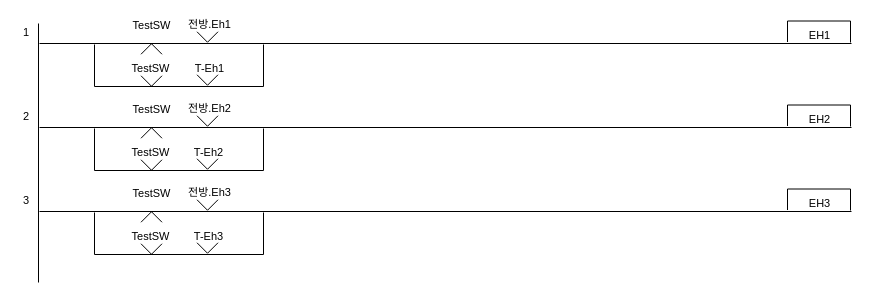
Above: page "통신제어(수신)" (5 of 6) of Signal/33Display-Signal-Control-Logic.drawio in chillin2/MyDraw.io (draw.io), before the change. Source tidied: cells renumbered, new cells numbered last; positions are measured from the earlier drawing's top-left corner, leaving out a move shared by most shapes. Both pictures are drawn from the tidied source at 100%, with x=0, y=0 at pixel (17, 17).
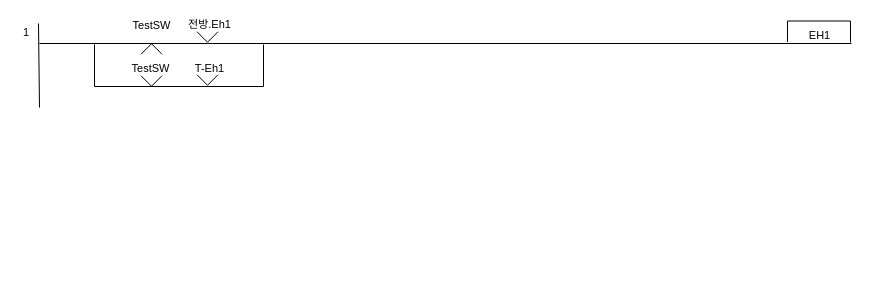
The same diagram, later.

The edit, as a diff of the source:
```diff
@@
     <mxCell id="2" style="endArrow=none;html=1;rounded=0;" parent="1" edge="1">
       <mxGeometry relative="1" as="geometry">
-        <mxPoint x="21" y="265" as="sourcePoint" />
+        <mxPoint x="22" y="90" as="sourcePoint" />
         <mxPoint x="21" y="6" as="targetPoint" />
       </mxGeometry>
     </mxCell>
@@
-    <mxCell id="16" style="endArrow=none;html=1;rounded=0;" parent="1" edge="1">
-      <mxGeometry relative="1" as="geometry">
-        <mxPoint x="22" y="110" as="sourcePoint" />
-        <mxPoint x="834" y="110" as="targetPoint" />
-      </mxGeometry>
-    </mxCell>
-    <mxCell id="17" value="TestSW" style="text;html=1;strokeColor=none;fillColor=none;align=center;verticalAlign=middle;whiteSpace=wrap;rounded=0;fontFamily=Helvetica;fontSize=11;fontColor=default;" parent="1" vertex="1">
-      <mxGeometry x="115" y="85" width="39" height="14" as="geometry" />
-    </mxCell>
-    <mxCell id="18" value="EH2" style="text;html=1;strokeColor=none;fillColor=none;align=center;verticalAlign=middle;whiteSpace=wrap;rounded=0;fontFamily=Helvetica;fontSize=11;fontColor=default;" parent="1" vertex="1">
-      <mxGeometry x="779" y="95" width="47" height="13" as="geometry" />
-    </mxCell>
-    <mxCell id="19" style="endArrow=none;html=1;rounded=0;" parent="1" edge="1">
-      <mxGeometry relative="1" as="geometry">
-        <mxPoint x="77" y="111" as="sourcePoint" />
-        <mxPoint x="246" y="111" as="targetPoint" />
-        <Array as="points">
-          <mxPoint x="77" y="153" />
-          <mxPoint x="246" y="153" />
-        </Array>
-      </mxGeometry>
-    </mxCell>
-    <mxCell id="20" style="endArrow=none;html=1;rounded=0;labelBackgroundColor=default;fontFamily=Helvetica;fontSize=11;fontColor=default;startSize=3;endSize=3;sourcePerimeterSpacing=0;strokeColor=default;shape=connector;jumpStyle=none;jumpSize=6;" parent="1" edge="1">
-      <mxGeometry relative="1" as="geometry">
-        <mxPoint x="770" y="108.5" as="sourcePoint" />
-        <mxPoint x="833" y="109" as="targetPoint" />
-        <Array as="points">
-          <mxPoint x="770" y="87.5" />
-          <mxPoint x="833" y="87.5" />
-        </Array>
-      </mxGeometry>
-    </mxCell>
-    <mxCell id="21" style="verticalLabelPosition=bottom;html=1;verticalAlign=top;align=center;shape=mxgraph.floorplan.windowBow;strokeWidth=1;fontSize=11;direction=west;" parent="1" vertex="1">
-      <mxGeometry x="123.5" y="110" width="21" height="11" as="geometry" />
-    </mxCell>
-    <mxCell id="22" style="verticalLabelPosition=bottom;html=1;verticalAlign=top;align=center;shape=mxgraph.floorplan.windowBow;strokeWidth=1;fontSize=11;" parent="1" vertex="1">
-      <mxGeometry x="123.5" y="142" width="21" height="11" as="geometry" />
-    </mxCell>
-    <mxCell id="23" value="2" style="text;html=1;strokeColor=none;fillColor=none;align=center;verticalAlign=middle;whiteSpace=wrap;rounded=0;fontFamily=Helvetica;fontSize=11;fontColor=default;" parent="1" vertex="1">
-      <mxGeometry y="91" width="18" height="16" as="geometry" />
-    </mxCell>
-    <mxCell id="24" value="전방.Eh2" style="text;html=1;strokeColor=none;fillColor=none;align=center;verticalAlign=middle;whiteSpace=wrap;rounded=0;fontFamily=Helvetica;fontSize=11;fontColor=default;" parent="1" vertex="1">
-      <mxGeometry x="168" y="84" width="49" height="14" as="geometry" />
-    </mxCell>
-    <mxCell id="25" style="verticalLabelPosition=bottom;html=1;verticalAlign=top;align=center;shape=mxgraph.floorplan.windowBow;strokeWidth=1;fontSize=11;" parent="1" vertex="1">
-      <mxGeometry x="179.5" y="98" width="21" height="11" as="geometry" />
-    </mxCell>
-    <mxCell id="26" style="verticalLabelPosition=bottom;html=1;verticalAlign=top;align=center;shape=mxgraph.floorplan.windowBow;strokeWidth=1;fontSize=11;" parent="1" vertex="1">
-      <mxGeometry x="179.5" y="141" width="21" height="11" as="geometry" />
-    </mxCell>
-    <mxCell id="27" value="T-Eh2" style="text;html=1;strokeColor=none;fillColor=none;align=center;verticalAlign=middle;whiteSpace=wrap;rounded=0;fontFamily=Helvetica;fontSize=11;fontColor=default;" parent="1" vertex="1">
-      <mxGeometry x="167" y="128" width="49" height="14" as="geometry" />
-    </mxCell>
-    <mxCell id="28" value="TestSW" style="text;html=1;strokeColor=none;fillColor=none;align=center;verticalAlign=middle;whiteSpace=wrap;rounded=0;fontFamily=Helvetica;fontSize=11;fontColor=default;" parent="1" vertex="1">
-      <mxGeometry x="114" y="128" width="39" height="14" as="geometry" />
-    </mxCell>
-    <mxCell id="29" style="endArrow=none;html=1;rounded=0;" parent="1" edge="1">
-      <mxGeometry relative="1" as="geometry">
-        <mxPoint x="22" y="194" as="sourcePoint" />
-        <mxPoint x="834" y="194" as="targetPoint" />
-      </mxGeometry>
-    </mxCell>
-    <mxCell id="30" value="TestSW" style="text;html=1;strokeColor=none;fillColor=none;align=center;verticalAlign=middle;whiteSpace=wrap;rounded=0;fontFamily=Helvetica;fontSize=11;fontColor=default;" parent="1" vertex="1">
-      <mxGeometry x="115" y="169" width="39" height="14" as="geometry" />
-    </mxCell>
-    <mxCell id="31" value="EH3" style="text;html=1;strokeColor=none;fillColor=none;align=center;verticalAlign=middle;whiteSpace=wrap;rounded=0;fontFamily=Helvetica;fontSize=11;fontColor=default;" parent="1" vertex="1">
-      <mxGeometry x="779" y="179" width="47" height="13" as="geometry" />
-    </mxCell>
-    <mxCell id="32" style="endArrow=none;html=1;rounded=0;" parent="1" edge="1">
-      <mxGeometry relative="1" as="geometry">
-        <mxPoint x="77" y="195" as="sourcePoint" />
-        <mxPoint x="246" y="195" as="targetPoint" />
-        <Array as="points">
-          <mxPoint x="77" y="237" />
-          <mxPoint x="246" y="237" />
-        </Array>
-      </mxGeometry>
-    </mxCell>
-    <mxCell id="33" style="endArrow=none;html=1;rounded=0;labelBackgroundColor=default;fontFamily=Helvetica;fontSize=11;fontColor=default;startSize=3;endSize=3;sourcePerimeterSpacing=0;strokeColor=default;shape=connector;jumpStyle=none;jumpSize=6;" parent="1" edge="1">
-      <mxGeometry relative="1" as="geometry">
-        <mxPoint x="770" y="192.5" as="sourcePoint" />
-        <mxPoint x="833" y="193" as="targetPoint" />
-        <Array as="points">
-          <mxPoint x="770" y="171.5" />
-          <mxPoint x="833" y="171.5" />
-        </Array>
-      </mxGeometry>
-    </mxCell>
-    <mxCell id="34" style="verticalLabelPosition=bottom;html=1;verticalAlign=top;align=center;shape=mxgraph.floorplan.windowBow;strokeWidth=1;fontSize=11;direction=west;" parent="1" vertex="1">
-      <mxGeometry x="123.5" y="194" width="21" height="11" as="geometry" />
-    </mxCell>
-    <mxCell id="35" style="verticalLabelPosition=bottom;html=1;verticalAlign=top;align=center;shape=mxgraph.floorplan.windowBow;strokeWidth=1;fontSize=11;" parent="1" vertex="1">
-      <mxGeometry x="123.5" y="226" width="21" height="11" as="geometry" />
-    </mxCell>
-    <mxCell id="36" value="3" style="text;html=1;strokeColor=none;fillColor=none;align=center;verticalAlign=middle;whiteSpace=wrap;rounded=0;fontFamily=Helvetica;fontSize=11;fontColor=default;" parent="1" vertex="1">
-      <mxGeometry y="175" width="18" height="16" as="geometry" />
-    </mxCell>
-    <mxCell id="37" value="전방.Eh3" style="text;html=1;strokeColor=none;fillColor=none;align=center;verticalAlign=middle;whiteSpace=wrap;rounded=0;fontFamily=Helvetica;fontSize=11;fontColor=default;" parent="1" vertex="1">
-      <mxGeometry x="168" y="168" width="49" height="14" as="geometry" />
-    </mxCell>
-    <mxCell id="38" style="verticalLabelPosition=bottom;html=1;verticalAlign=top;align=center;shape=mxgraph.floorplan.windowBow;strokeWidth=1;fontSize=11;" parent="1" vertex="1">
-      <mxGeometry x="179.5" y="182" width="21" height="11" as="geometry" />
-    </mxCell>
-    <mxCell id="39" style="verticalLabelPosition=bottom;html=1;verticalAlign=top;align=center;shape=mxgraph.floorplan.windowBow;strokeWidth=1;fontSize=11;" parent="1" vertex="1">
-      <mxGeometry x="179.5" y="225" width="21" height="11" as="geometry" />
-    </mxCell>
-    <mxCell id="40" value="T-Eh3" style="text;html=1;strokeColor=none;fillColor=none;align=center;verticalAlign=middle;whiteSpace=wrap;rounded=0;fontFamily=Helvetica;fontSize=11;fontColor=default;" parent="1" vertex="1">
-      <mxGeometry x="167" y="212" width="49" height="14" as="geometry" />
-    </mxCell>
-    <mxCell id="41" value="TestSW" style="text;html=1;strokeColor=none;fillColor=none;align=center;verticalAlign=middle;whiteSpace=wrap;rounded=0;fontFamily=Helvetica;fontSize=11;fontColor=default;" parent="1" vertex="1">
-      <mxGeometry x="114" y="212" width="39" height="14" as="geometry" />
-    </mxCell>
```
